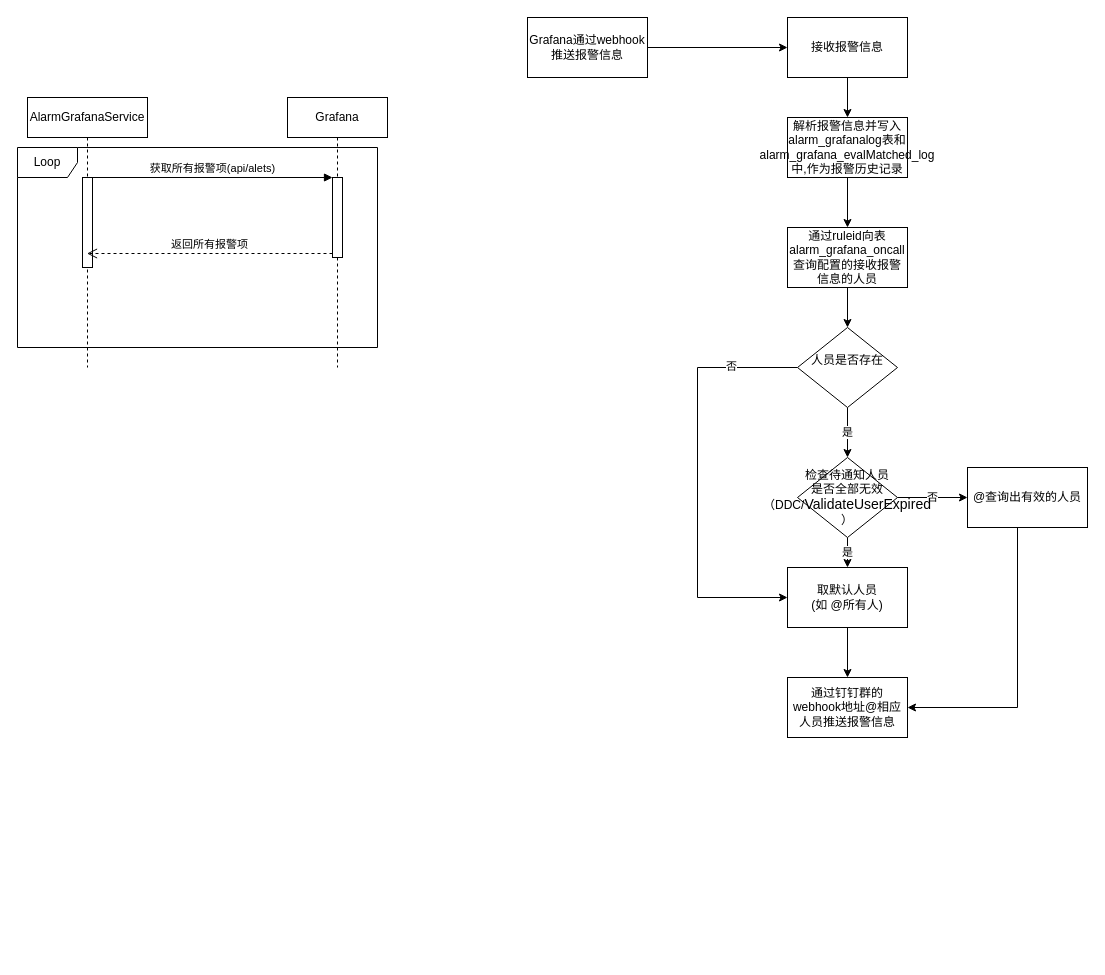
The draw.io diagram page "报警通知接收" (4 of 6) of 监控报警平台.drawio in mashifei/uml, before the edit. Source tidied: cells renumbered, new cells numbered last; positions are measured from the earlier drawing's top-left corner, leaving out a move shared by most shapes. Both pictures are drawn from the tidied source at 100%, with x=0, y=0 at pixel (17, 17).
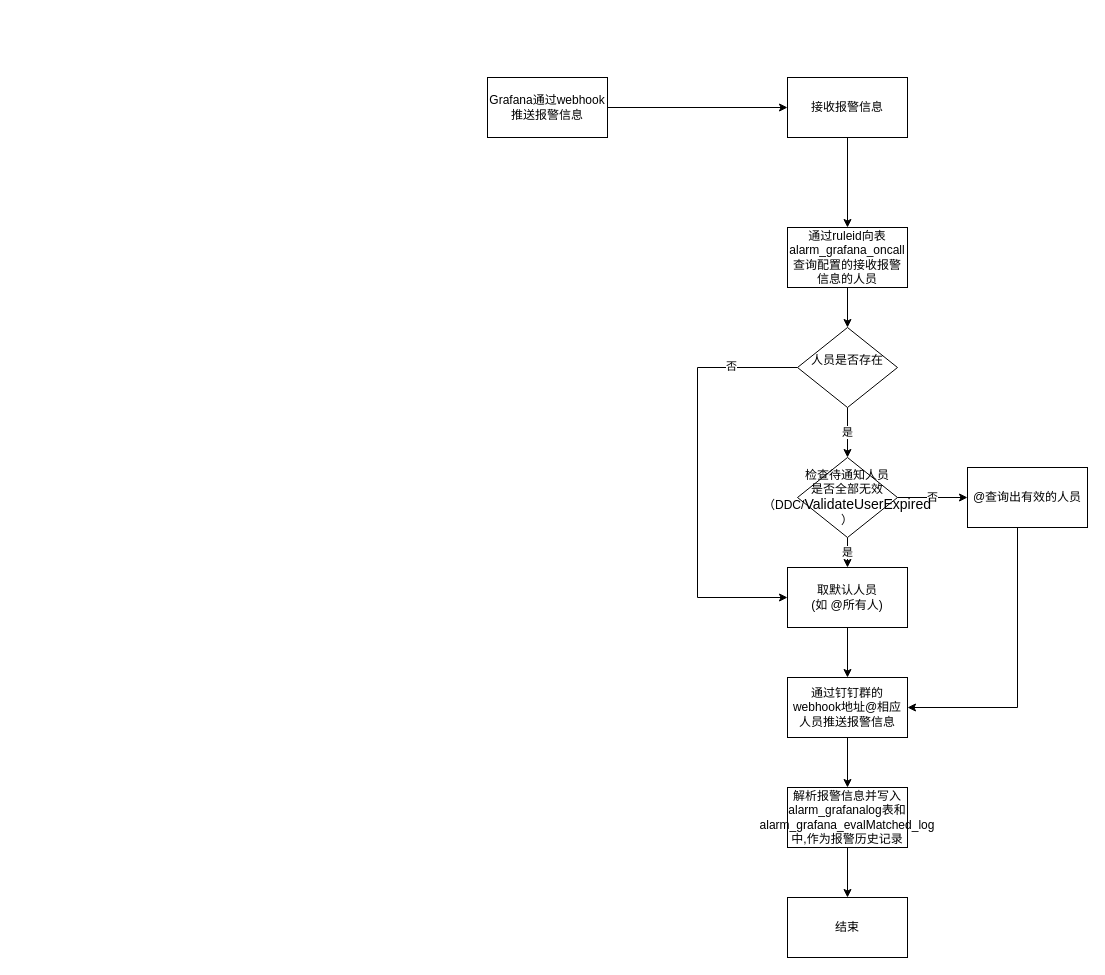
Above is the later version.

The change refers to these unchanged cells:
```xml
<mxCell id="3" value="通过ruleid向表alarm_grafana_oncall查询配置的接收报警信息的人员" style="rounded=0;whiteSpace=wrap;html=1;" parent="1" vertex="1">
  <mxGeometry x="770" y="210" width="120" height="60" as="geometry" />
</mxCell>
<mxCell id="15" value="通过钉钉群的webhook地址@相应人员推送报警信息" style="rounded=0;whiteSpace=wrap;html=1;" parent="1" vertex="1">
  <mxGeometry x="770" y="660" width="120" height="60" as="geometry" />
</mxCell>
```

Diff of the diagram source:
```diff
@@
+    <mxCell id="29" style="edgeStyle=orthogonalEdgeStyle;rounded=0;jettySize=auto;html=1;entryX=0.5;entryY=0;entryDx=0;entryDy=0;endArrow=classic;endFill=1;fontSize=12;fontColor=#330000;" parent="1" edge="1" source="15" target="28">
+      <mxGeometry relative="1" as="geometry" />
+    </mxCell>
@@
-    <mxCell id="16" style="edgeStyle=orthogonalEdgeStyle;rounded=0;jettySize=auto;html=1;entryX=0.5;entryY=0;entryDx=0;entryDy=0;exitX=0.5;exitY=1;exitDx=0;exitDy=0;" parent="1" edge="1" source="28" target="3">
-      <mxGeometry relative="1" as="geometry" />
-    </mxCell>
-    <mxCell id="17" style="edgeStyle=orthogonalEdgeStyle;rounded=0;jettySize=auto;html=1;entryX=0.5;entryY=0;entryDx=0;entryDy=0;endArrow=classic;endFill=1;fontSize=14;" parent="1" edge="1" source="18" target="28">
-      <mxGeometry relative="1" as="geometry" />
-    </mxCell>
+    <mxCell id="30" style="edgeStyle=orthogonalEdgeStyle;rounded=0;jettySize=auto;html=1;entryX=0.5;entryY=0;entryDx=0;entryDy=0;endArrow=classic;endFill=1;fontSize=12;fontColor=#330000;" parent="1" edge="1" source="18" target="3">
+      <mxGeometry relative="1" as="geometry" />
+    </mxCell>
     <mxCell id="18" value="接收报警信息" style="rounded=0;whiteSpace=wrap;html=1;" parent="1" vertex="1">
-      <mxGeometry x="770" width="120" height="60" as="geometry" />
+      <mxGeometry x="770" y="60" width="120" height="60" as="geometry" />
     </mxCell>
-    <mxCell id="19" value="Loop" style="shape=umlFrame;whiteSpace=wrap;html=1;" parent="1" vertex="1">
-      <mxGeometry y="130" width="360" height="200" as="geometry" />
-    </mxCell>
-    <mxCell id="20" value="AlarmGrafanaService" style="shape=umlLifeline;perimeter=lifelinePerimeter;whiteSpace=wrap;html=1;outlineConnect=0;" parent="1" vertex="1">
-      <mxGeometry x="10" y="80" width="120" height="270" as="geometry" />
-    </mxCell>
-    <mxCell id="21" style="html=1;points=[];perimeter=orthogonalPerimeter;" parent="20" vertex="1">
-      <mxGeometry x="55" y="80" width="10" height="90" as="geometry" />
-    </mxCell>
-    <mxCell id="22" value="Grafana" style="shape=umlLifeline;perimeter=lifelinePerimeter;whiteSpace=wrap;html=1;" parent="1" vertex="1">
-      <mxGeometry x="270" y="80" width="100" height="270" as="geometry" />
-    </mxCell>
-    <mxCell id="23" style="html=1;points=[];perimeter=orthogonalPerimeter;" parent="22" vertex="1">
-      <mxGeometry x="45" y="80" width="10" height="80" as="geometry" />
-    </mxCell>
-    <mxCell id="24" value="获取所有报警项(api/alets)" style="html=1;verticalAlign=bottom;endArrow=block;entryX=0;entryY=0;" parent="1" edge="1" source="21" target="23">
-      <mxGeometry relative="1" as="geometry" />
-    </mxCell>
-    <mxCell id="25" value="返回所有报警项" style="html=1;verticalAlign=bottom;endArrow=open;dashed=1;endSize=8;exitX=0;exitY=0.95;" parent="1" edge="1" source="23" target="20">
-      <mxGeometry relative="1" as="geometry" />
-    </mxCell>
@@
     <mxCell id="27" value="Grafana通过webhook&lt;br&gt;推送报警信息" style="rounded=0;whiteSpace=wrap;html=1;" parent="1" vertex="1">
-      <mxGeometry x="510" width="120" height="60" as="geometry" />
+      <mxGeometry x="470" y="60" width="120" height="60" as="geometry" />
     </mxCell>
+    <mxCell id="31" style="edgeStyle=orthogonalEdgeStyle;rounded=0;jettySize=auto;html=1;endArrow=classic;endFill=1;fontSize=12;fontColor=#330000;" parent="1" edge="1" source="28">
+      <mxGeometry relative="1" as="geometry">
+        <mxPoint x="830" y="880" as="targetPoint" />
+        <Array as="points">
+          <mxPoint x="830" y="880" />
+          <mxPoint x="830" y="880" />
+        </Array>
+      </mxGeometry>
+    </mxCell>
     <mxCell id="28" value="解析报警信息并写入alarm_grafanalog表和 alarm_grafana_evalMatched_log中,作为报警历史记录" style="rounded=0;whiteSpace=wrap;html=1;" parent="1" vertex="1">
-      <mxGeometry x="770" y="100" width="120" height="60" as="geometry" />
+      <mxGeometry x="770" y="770" width="120" height="60" as="geometry" />
     </mxCell>
+    <mxCell id="32" value="结束" style="rounded=0;whiteSpace=wrap;html=1;" parent="1" vertex="1">
+      <mxGeometry x="770" y="880" width="120" height="60" as="geometry" />
+    </mxCell>
```
